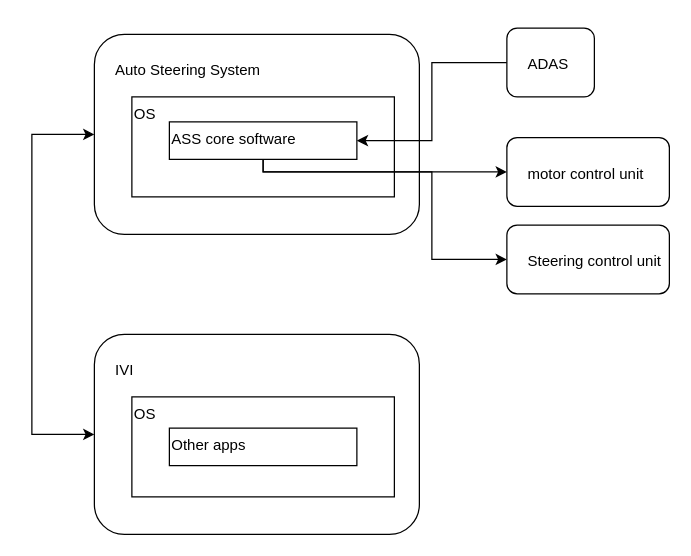
This is page "Page-4" (4 of 6) of auto steering system design.drawio from Dawei-S/Da, a draw.io file, before an edit. Source tidied: cells renumbered, new cells numbered last; positions are measured from the earlier drawing's top-left corner, leaving out a move shared by most shapes. Both pictures are drawn from the tidied source at 125%, with x=0, y=0 at pixel (31, 28).
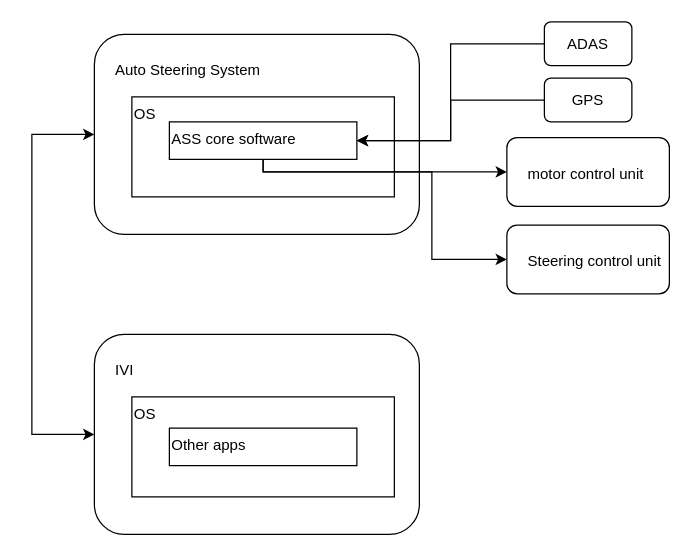
The same page after the edit.

The change refers to these unchanged cells:
```xml
<mxCell id="6" value="ASS core software" style="rounded=0;whiteSpace=wrap;html=1;align=left;verticalAlign=top;" parent="1" vertex="1">
  <mxGeometry x="110" y="75" width="150" height="30" as="geometry" />
</mxCell>
```

Diff of the diagram source:
```diff
@@
-    <mxCell id="7" style="edgeStyle=orthogonalEdgeStyle;rounded=0;jettySize=auto;html=1;entryX=1;entryY=0.5;entryDx=0;entryDy=0;" parent="1" edge="1" source="8" target="6">
+    <mxCell id="7" style="edgeStyle=orthogonalEdgeStyle;rounded=0;jettySize=auto;html=1;entryX=1;entryY=0.5;entryDx=0;entryDy=0;exitX=0;exitY=0.5;exitDx=0;exitDy=0;" parent="1" edge="1" source="8" target="6">
       <mxGeometry relative="1" as="geometry" />
     </mxCell>
-    <mxCell id="8" value="ADAS" style="rounded=1;whiteSpace=wrap;html=1;fontColor=#000000;verticalAlign=top;align=left;spacingTop=15;spacingLeft=15;" parent="1" vertex="1">
-      <mxGeometry x="380" width="70" height="55" as="geometry" />
-    </mxCell>
@@
+    <mxCell id="8" value="ADAS" style="rounded=1;whiteSpace=wrap;html=1;fontColor=#000000;verticalAlign=middle;align=center;spacingTop=0;spacingLeft=0;" parent="1" vertex="1">
+      <mxGeometry x="410" y="-5" width="70" height="35" as="geometry" />
+    </mxCell>
+    <mxCell id="15" style="edgeStyle=orthogonalEdgeStyle;rounded=0;jettySize=auto;html=1;entryX=1;entryY=0.5;entryDx=0;entryDy=0;" parent="1" edge="1" source="16" target="6">
+      <mxGeometry relative="1" as="geometry" />
+    </mxCell>
+    <mxCell id="16" value="GPS" style="rounded=1;whiteSpace=wrap;html=1;fontColor=#000000;verticalAlign=middle;align=center;spacingTop=0;spacingLeft=0;" parent="1" vertex="1">
+      <mxGeometry x="410" y="40" width="70" height="35" as="geometry" />
+    </mxCell>
```
